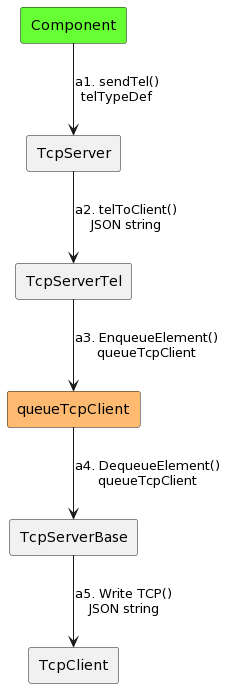
The PlantUML diagram doc/images/telemetryToClient.png in lsst-ts/ts_labview_tcp_json, before a commit. Its diagram source:
```plantuml
@startuml
skinparam linestyle ortho

rectangle Component #66ff33
rectangle TcpServer as TS
rectangle TcpClient as TC
rectangle TcpServerTel as TST
rectangle TcpServerBase as TSB

rectangle queueTcpClient as QTC #ffba71

Component --> TS : a1. sendTel()\ntelTypeDef
TS --> TST : a2. telToClient()\nJSON string
TST --> QTC : a3. EnqueueElement()\nqueueTcpClient
QTC --> TSB : a4. DequeueElement()\nqueueTcpClient
TSB --> TC : a5. Write TCP()\nJSON string
@enduml
```
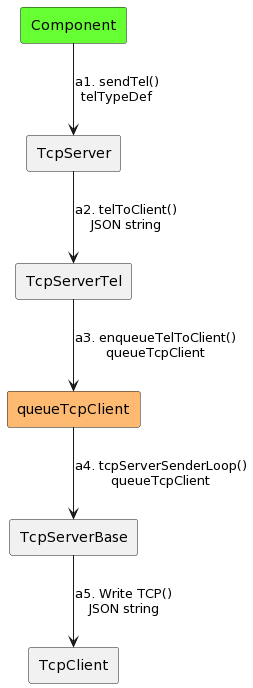
After the change.

Change to the diagram source:
```diff
@@ -11,7 +11,7 @@
 
 Component --> TS : a1. sendTel()\ntelTypeDef
 TS --> TST : a2. telToClient()\nJSON string
-TST --> QTC : a3. EnqueueElement()\nqueueTcpClient
-QTC --> TSB : a4. DequeueElement()\nqueueTcpClient
+TST --> QTC : a3. enqueueTelToClient()\nqueueTcpClient
+QTC --> TSB : a4. tcpServerSenderLoop()\nqueueTcpClient
 TSB --> TC : a5. Write TCP()\nJSON string
 @enduml
```
